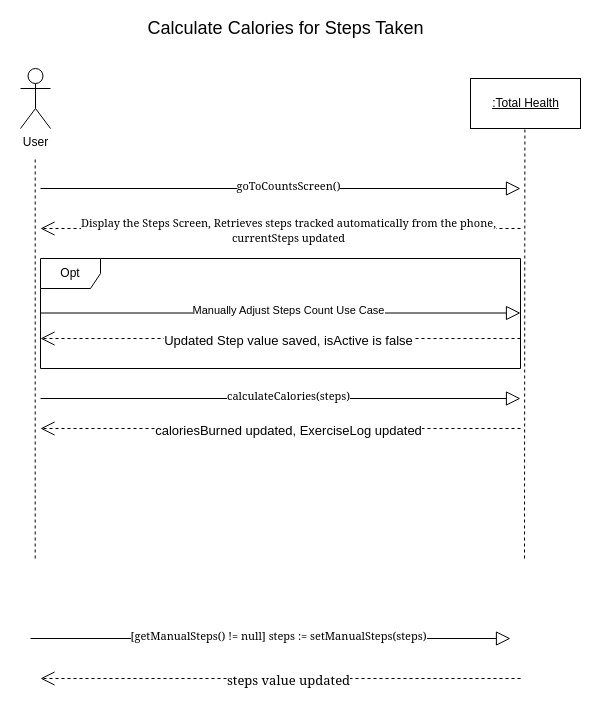
Before: SSD - Calculate Calories for Steps Taken.drawio in Esaied19/Team-Albatross, a draw.io diagram. Source tidied: cells renumbered, new cells numbered last; positions are measured from the earlier drawing's top-left corner, leaving out a move shared by most shapes. Both pictures are drawn from the tidied source at 100%, with x=0, y=0 at pixel (20, 18).
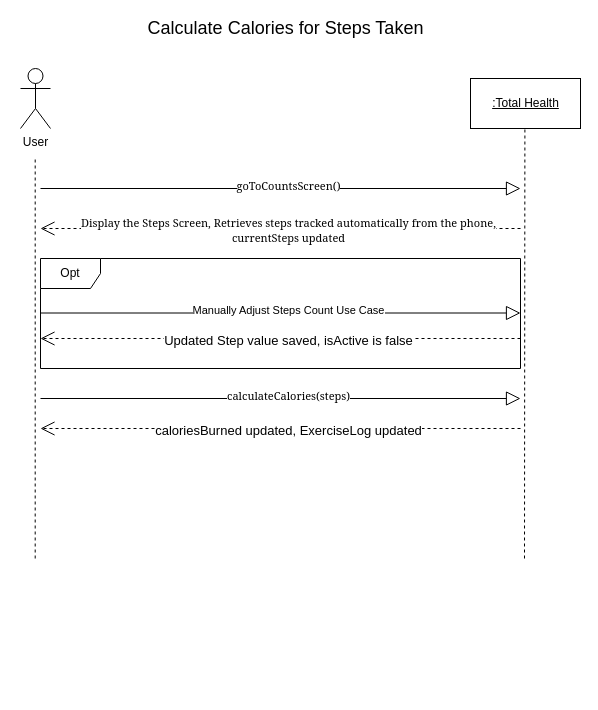
The same diagram, later.

Diff of the diagram source:
```diff
@@
-    <mxCell id="13" style="endArrow=block;endFill=0;endSize=12;html=1;rounded=0;" parent="1" edge="1">
-      <mxGeometry relative="1" as="geometry">
-        <mxPoint x="10" y="620" as="sourcePoint" />
-        <mxPoint x="490" y="620" as="targetPoint" />
-      </mxGeometry>
-    </mxCell>
-    <mxCell id="14" value="&lt;font face=&quot;Georgia&quot;&gt;[getManualSteps() != null] steps := setManualSteps(steps)&lt;/font&gt;" style="edgeLabel;html=1;align=center;verticalAlign=middle;" parent="13" vertex="1">
-      <mxGeometry x="0.03" y="3" relative="1" as="geometry" />
-    </mxCell>
@@
-    <mxCell id="17" style="endArrow=open;endFill=1;endSize=12;html=1;rounded=0;dashed=1;" parent="1" edge="1">
-      <mxGeometry relative="1" as="geometry">
-        <mxPoint x="500" y="660" as="sourcePoint" />
-        <mxPoint x="20" y="660" as="targetPoint" />
-      </mxGeometry>
-    </mxCell>
-    <mxCell id="18" value="&lt;font face=&quot;Georgia&quot;&gt;&lt;span style=&quot;font-size: 13px ; color: rgb(0 , 0 , 0) ; font-weight: normal ; text-decoration: none ; font-style: normal&quot;&gt;steps value updated&lt;br&gt;&lt;/span&gt;&lt;/font&gt;" style="edgeLabel;html=1;align=center;verticalAlign=middle;" parent="17" vertex="1">
-      <mxGeometry x="-0.03" y="1" relative="1" as="geometry" />
-    </mxCell>
```
